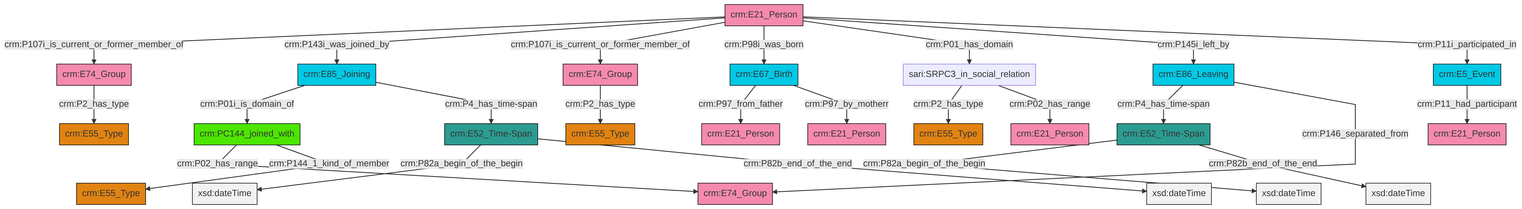
Earlier version of the Mermaid export et/personCSV/ttl/mmd/png/Person_Actor_Relations.png (swiss-art-research-net/reference-data-models). Its source is kept beside it as et/personCSV/ttl/mmd/Person_Actor_Relations.ttl.mmd.
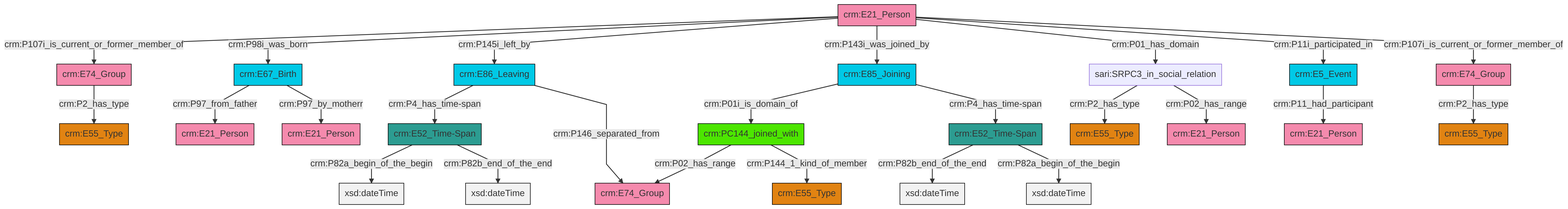
After the change.

Diff of the diagram source:
```diff
@@ -13,27 +13,27 @@
 classDef PC_Classes fill:#4ce600, stroke:#000000;
 classDef Multi fill:#cccccc,stroke:#000000;
 
-4["crm:E21_Person"]:::Actor -->|crm:P107i_is_current_or_former_member_of| 5["crm:E74_Group"]:::Actor
-6["crm:E5_Event"]:::Temporal_Entity -->|crm:P11_had_participant| 7["crm:E21_Person"]:::Actor
-10["crm:E52_Time-Span"]:::Time-Span -->|crm:P82a_begin_of_the_begin| 11[xsd:dateTime]:::Literal
-10["crm:E52_Time-Span"]:::Time-Span -->|crm:P82b_end_of_the_end| 12[xsd:dateTime]:::Literal
-4["crm:E21_Person"]:::Actor -->|crm:P143i_was_joined_by| 13["crm:E85_Joining"]:::Temporal_Entity
-4["crm:E21_Person"]:::Actor -->|crm:P107i_is_current_or_former_member_of| 14["crm:E74_Group"]:::Actor
-4["crm:E21_Person"]:::Actor -->|crm:P98i_was_born| 0["crm:E67_Birth"]:::Temporal_Entity
-4["crm:E21_Person"]:::Actor -->|crm:P01_has_domain| 25["sari:SRPC3_in_social_relation"]:::Default
-27["crm:E52_Time-Span"]:::Time-Span -->|crm:P82a_begin_of_the_begin| 29[xsd:dateTime]:::Literal
-14["crm:E74_Group"]:::Actor -->|crm:P2_has_type| 21["crm:E55_Type"]:::Type
-4["crm:E21_Person"]:::Actor -->|crm:P145i_left_by| 35["crm:E86_Leaving"]:::Temporal_Entity
-2["crm:PC144_joined_with"]:::PC_Classes -->|crm:P02_has_range| 17["crm:E74_Group"]:::Actor
-35["crm:E86_Leaving"]:::Temporal_Entity -->|crm:P4_has_time-span| 10["crm:E52_Time-Span"]:::Time-Span
-4["crm:E21_Person"]:::Actor -->|crm:P11i_participated_in| 6["crm:E5_Event"]:::Temporal_Entity
-35["crm:E86_Leaving"]:::Temporal_Entity -->|crm:P146_separated_from| 17["crm:E74_Group"]:::Actor
-2["crm:PC144_joined_with"]:::PC_Classes -->|crm:P144_1_kind_of_member| 8["crm:E55_Type"]:::Type
-25["sari:SRPC3_in_social_relation"]:::Default -->|crm:P2_has_type| 19["crm:E55_Type"]:::Type
-27["crm:E52_Time-Span"]:::Time-Span -->|crm:P82b_end_of_the_end| 39[xsd:dateTime]:::Literal
-25["sari:SRPC3_in_social_relation"]:::Default -->|crm:P02_has_range| 23["crm:E21_Person"]:::Actor
-0["crm:E67_Birth"]:::Temporal_Entity -->|crm:P97_from_father| 37["crm:E21_Person"]:::Actor
-5["crm:E74_Group"]:::Actor -->|crm:P2_has_type| 15["crm:E55_Type"]:::Type
-13["crm:E85_Joining"]:::Temporal_Entity -->|crm:P01i_is_domain_of| 2["crm:PC144_joined_with"]:::PC_Classes
-13["crm:E85_Joining"]:::Temporal_Entity -->|crm:P4_has_time-span| 27["crm:E52_Time-Span"]:::Time-Span
-0["crm:E67_Birth"]:::Temporal_Entity -->|crm:P97_by_motherr| 43["crm:E21_Person"]:::Actor
+0["sari:SRPC3_in_social_relation"]:::Default -->|crm:P2_has_type| 1["crm:E55_Type"]:::Type
+6["crm:E74_Group"]:::Actor -->|crm:P2_has_type| 7["crm:E55_Type"]:::Type
+10["crm:E21_Person"]:::Actor -->|crm:P107i_is_current_or_former_member_of| 11["crm:E74_Group"]:::Actor
+10["crm:E21_Person"]:::Actor -->|crm:P98i_was_born| 12["crm:E67_Birth"]:::Temporal_Entity
+11["crm:E74_Group"]:::Actor -->|crm:P2_has_type| 4["crm:E55_Type"]:::Type
+10["crm:E21_Person"]:::Actor -->|crm:P145i_left_by| 15["crm:E86_Leaving"]:::Temporal_Entity
+8["crm:E85_Joining"]:::Temporal_Entity -->|crm:P01i_is_domain_of| 26["crm:PC144_joined_with"]:::PC_Classes
+10["crm:E21_Person"]:::Actor -->|crm:P143i_was_joined_by| 8["crm:E85_Joining"]:::Temporal_Entity
+10["crm:E21_Person"]:::Actor -->|crm:P01_has_domain| 0["sari:SRPC3_in_social_relation"]:::Default
+15["crm:E86_Leaving"]:::Temporal_Entity -->|crm:P4_has_time-span| 2["crm:E52_Time-Span"]:::Time-Span
+10["crm:E21_Person"]:::Actor -->|crm:P11i_participated_in| 31["crm:E5_Event"]:::Temporal_Entity
+2["crm:E52_Time-Span"]:::Time-Span -->|crm:P82a_begin_of_the_begin| 32[xsd:dateTime]:::Literal
+0["sari:SRPC3_in_social_relation"]:::Default -->|crm:P02_has_range| 34["crm:E21_Person"]:::Actor
+2["crm:E52_Time-Span"]:::Time-Span -->|crm:P82b_end_of_the_end| 35[xsd:dateTime]:::Literal
+31["crm:E5_Event"]:::Temporal_Entity -->|crm:P11_had_participant| 22["crm:E21_Person"]:::Actor
+15["crm:E86_Leaving"]:::Temporal_Entity -->|crm:P146_separated_from| 17["crm:E74_Group"]:::Actor
+12["crm:E67_Birth"]:::Temporal_Entity -->|crm:P97_from_father| 24["crm:E21_Person"]:::Actor
+26["crm:PC144_joined_with"]:::PC_Classes -->|crm:P02_has_range| 17["crm:E74_Group"]:::Actor
+36["crm:E52_Time-Span"]:::Time-Span -->|crm:P82b_end_of_the_end| 37[xsd:dateTime]:::Literal
+12["crm:E67_Birth"]:::Temporal_Entity -->|crm:P97_by_motherr| 40["crm:E21_Person"]:::Actor
+10["crm:E21_Person"]:::Actor -->|crm:P107i_is_current_or_former_member_of| 6["crm:E74_Group"]:::Actor
+8["crm:E85_Joining"]:::Temporal_Entity -->|crm:P4_has_time-span| 36["crm:E52_Time-Span"]:::Time-Span
+26["crm:PC144_joined_with"]:::PC_Classes -->|crm:P144_1_kind_of_member| 20["crm:E55_Type"]:::Type
+36["crm:E52_Time-Span"]:::Time-Span -->|crm:P82a_begin_of_the_begin| 46[xsd:dateTime]:::Literal
```
